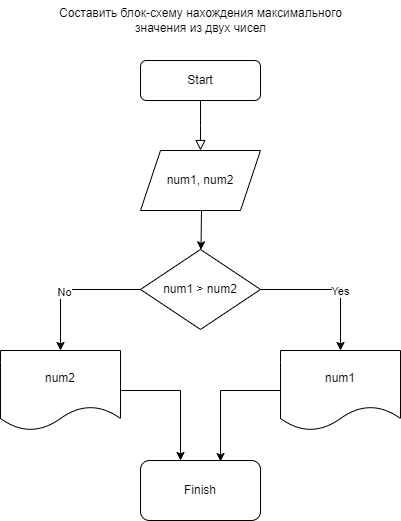
Before: T1S1/task1.png, a diagram exported from draw.io (mgrom-dev/gb). Source tidied: cells renumbered, new cells last; positions are measured from the earlier drawing's top-left corner, leaving out a move shared by most shapes. Its diagram source:
```xml
<mxGraphModel>
  <root>
    <mxCell id="0" />
    <mxCell id="1" parent="0" />
    <mxCell id="2" style="rounded=0;html=1;jettySize=auto;fontSize=11;endArrow=block;endFill=0;endSize=8;strokeWidth=1;shadow=0;labelBackgroundColor=none;edgeStyle=orthogonalEdgeStyle;" parent="1" edge="1" source="3">
      <mxGeometry relative="1" as="geometry">
        <mxPoint x="200" y="150" as="targetPoint" />
      </mxGeometry>
    </mxCell>
    <mxCell id="3" value="Start" style="rounded=1;whiteSpace=wrap;html=1;fontSize=12;glass=0;strokeWidth=1;shadow=0;" parent="1" vertex="1">
      <mxGeometry x="140" y="60" width="120" height="40" as="geometry" />
    </mxCell>
    <mxCell id="4" value="num1, num2" style="shape=parallelogram;perimeter=parallelogramPerimeter;whiteSpace=wrap;html=1;fixedSize=1;" parent="1" vertex="1">
      <mxGeometry x="140" y="150" width="120" height="60" as="geometry" />
    </mxCell>
    <mxCell id="5" style="edgeStyle=orthogonalEdgeStyle;rounded=0;jettySize=auto;html=1;" parent="1" edge="1" source="9" target="12">
      <mxGeometry relative="1" as="geometry" />
    </mxCell>
    <mxCell id="6" value="No" style="edgeLabel;html=1;align=center;verticalAlign=middle;" parent="5" vertex="1">
      <mxGeometry x="0.09" y="2" relative="1" as="geometry" />
    </mxCell>
    <mxCell id="7" style="edgeStyle=orthogonalEdgeStyle;rounded=0;jettySize=auto;html=1;" parent="1" edge="1" source="9" target="13">
      <mxGeometry relative="1" as="geometry" />
    </mxCell>
    <mxCell id="8" value="Yes" style="edgeLabel;html=1;align=center;verticalAlign=middle;" parent="7" vertex="1">
      <mxGeometry x="0.16" y="-1" relative="1" as="geometry" />
    </mxCell>
    <mxCell id="9" value="num1 &amp;gt; num2" style="rhombus;whiteSpace=wrap;html=1;" parent="1" vertex="1">
      <mxGeometry x="140" y="249" width="120" height="80" as="geometry" />
    </mxCell>
    <mxCell id="10" style="endArrow=classic;html=1;rounded=0;exitX=0.425;exitY=1.017;exitDx=0;exitDy=0;exitPerimeter=0;" parent="1" edge="1" target="9">
      <mxGeometry relative="1" as="geometry">
        <mxPoint x="201" y="210" as="sourcePoint" />
      </mxGeometry>
    </mxCell>
    <mxCell id="11" style="edgeStyle=orthogonalEdgeStyle;rounded=0;jettySize=auto;html=1;" parent="1" edge="1" source="12" target="14">
      <mxGeometry relative="1" as="geometry">
        <Array as="points">
          <mxPoint x="180" y="390" />
        </Array>
      </mxGeometry>
    </mxCell>
    <mxCell id="12" value="num2" style="shape=document;whiteSpace=wrap;html=1;boundedLbl=1;" parent="1" vertex="1">
      <mxGeometry y="350" width="120" height="80" as="geometry" />
    </mxCell>
    <mxCell id="13" value="num1" style="shape=document;whiteSpace=wrap;html=1;boundedLbl=1;" parent="1" vertex="1">
      <mxGeometry x="280" y="350" width="120" height="80" as="geometry" />
    </mxCell>
    <mxCell id="14" value="Finish" style="rounded=1;whiteSpace=wrap;html=1;" parent="1" vertex="1">
      <mxGeometry x="140" y="460" width="120" height="60" as="geometry" />
    </mxCell>
    <mxCell id="15" style="edgeStyle=orthogonalEdgeStyle;rounded=0;jettySize=auto;html=1;entryX=0.667;entryY=0.017;entryDx=0;entryDy=0;entryPerimeter=0;" parent="1" edge="1" source="13" target="14">
      <mxGeometry relative="1" as="geometry" />
    </mxCell>
    <mxCell id="16" value="Составить блок-схему нахождения максимального &lt;br&gt;значения из двух чисел" style="text;html=1;align=center;verticalAlign=middle;strokeColor=none;fillColor=none;" parent="1" vertex="1">
      <mxGeometry x="45" width="310" height="40" as="geometry" />
    </mxCell>
  </root>
</mxGraphModel>
```
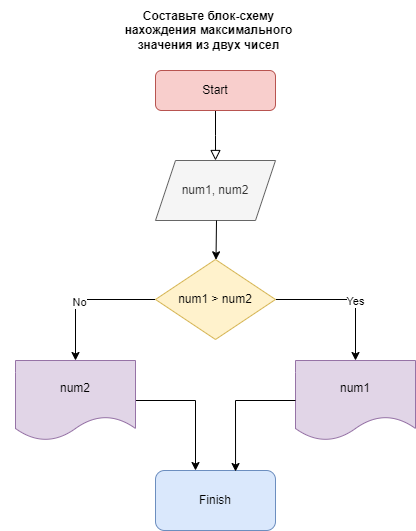
After the change.

Commit message:
complete task1, task2 from T1S1

What changed in the source:
```diff
@@ -7,10 +7,10 @@
         <mxPoint x="200" y="150" as="targetPoint" />
       </mxGeometry>
     </mxCell>
-    <mxCell id="3" value="Start" style="rounded=1;whiteSpace=wrap;html=1;fontSize=12;glass=0;strokeWidth=1;shadow=0;" parent="1" vertex="1">
+    <mxCell id="3" value="Start" style="rounded=1;whiteSpace=wrap;html=1;fontSize=12;glass=0;strokeWidth=1;shadow=0;fillColor=#f8cecc;strokeColor=#b85450;" parent="1" vertex="1">
       <mxGeometry x="140" y="60" width="120" height="40" as="geometry" />
     </mxCell>
-    <mxCell id="4" value="num1, num2" style="shape=parallelogram;perimeter=parallelogramPerimeter;whiteSpace=wrap;html=1;fixedSize=1;" parent="1" vertex="1">
+    <mxCell id="4" value="num1, num2" style="shape=parallelogram;perimeter=parallelogramPerimeter;whiteSpace=wrap;html=1;fixedSize=1;fillColor=#f5f5f5;fontColor=#333333;strokeColor=#666666;" parent="1" vertex="1">
       <mxGeometry x="140" y="150" width="120" height="60" as="geometry" />
     </mxCell>
     <mxCell id="5" style="edgeStyle=orthogonalEdgeStyle;rounded=0;jettySize=auto;html=1;" parent="1" edge="1" source="9" target="12">
@@ -25,7 +25,7 @@
     <mxCell id="8" value="Yes" style="edgeLabel;html=1;align=center;verticalAlign=middle;" parent="7" vertex="1">
       <mxGeometry x="0.16" y="-1" relative="1" as="geometry" />
     </mxCell>
-    <mxCell id="9" value="num1 &amp;gt; num2" style="rhombus;whiteSpace=wrap;html=1;" parent="1" vertex="1">
+    <mxCell id="9" value="num1 &amp;gt; num2" style="rhombus;whiteSpace=wrap;html=1;fillColor=#fff2cc;strokeColor=#d6b656;" parent="1" vertex="1">
       <mxGeometry x="140" y="249" width="120" height="80" as="geometry" />
     </mxCell>
     <mxCell id="10" style="endArrow=classic;html=1;rounded=0;exitX=0.425;exitY=1.017;exitDx=0;exitDy=0;exitPerimeter=0;" parent="1" edge="1" target="9">
@@ -40,20 +40,20 @@
         </Array>
       </mxGeometry>
     </mxCell>
-    <mxCell id="12" value="num2" style="shape=document;whiteSpace=wrap;html=1;boundedLbl=1;" parent="1" vertex="1">
+    <mxCell id="12" value="num2" style="shape=document;whiteSpace=wrap;html=1;boundedLbl=1;fillColor=#e1d5e7;strokeColor=#9673a6;" parent="1" vertex="1">
       <mxGeometry y="350" width="120" height="80" as="geometry" />
     </mxCell>
-    <mxCell id="13" value="num1" style="shape=document;whiteSpace=wrap;html=1;boundedLbl=1;" parent="1" vertex="1">
+    <mxCell id="13" value="num1" style="shape=document;whiteSpace=wrap;html=1;boundedLbl=1;fillColor=#e1d5e7;strokeColor=#9673a6;" parent="1" vertex="1">
       <mxGeometry x="280" y="350" width="120" height="80" as="geometry" />
     </mxCell>
-    <mxCell id="14" value="Finish" style="rounded=1;whiteSpace=wrap;html=1;" parent="1" vertex="1">
+    <mxCell id="14" value="Finish" style="rounded=1;whiteSpace=wrap;html=1;fillColor=#dae8fc;strokeColor=#6c8ebf;" parent="1" vertex="1">
       <mxGeometry x="140" y="460" width="120" height="60" as="geometry" />
     </mxCell>
     <mxCell id="15" style="edgeStyle=orthogonalEdgeStyle;rounded=0;jettySize=auto;html=1;entryX=0.667;entryY=0.017;entryDx=0;entryDy=0;entryPerimeter=0;" parent="1" edge="1" source="13" target="14">
       <mxGeometry relative="1" as="geometry" />
     </mxCell>
-    <mxCell id="16" value="Составить блок-схему нахождения максимального &lt;br&gt;значения из двух чисел" style="text;html=1;align=center;verticalAlign=middle;strokeColor=none;fillColor=none;" parent="1" vertex="1">
-      <mxGeometry x="45" width="310" height="40" as="geometry" />
+    <mxCell id="16" value="Составьте блок-схему&lt;br&gt;нахождения максимального&lt;br&gt;значения из двух чисел" style="text;html=1;align=center;verticalAlign=middle;strokeColor=none;fillColor=none;fontStyle=1;" parent="1" vertex="1">
+      <mxGeometry x="-15" y="-10" width="415" height="60" as="geometry" />
     </mxCell>
   </root>
 </mxGraphModel>
```
